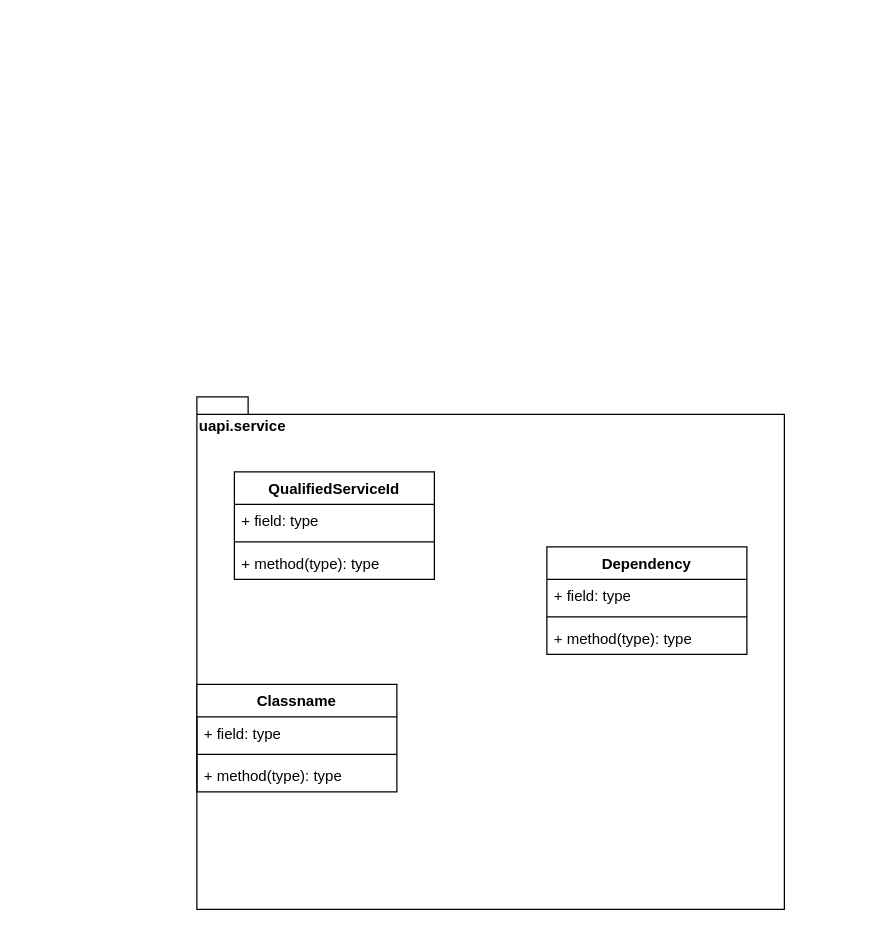
The draw.io diagram design/model/uapi.service.drawio in Inactionware/uapi.doc, before the edit. Source tidied: cells renumbered, new cells numbered last; positions are measured from the earlier drawing's top-left corner, leaving out a move shared by most shapes. Both pictures are drawn from the tidied source at 125%, with x=0, y=0 at pixel (196, 396).
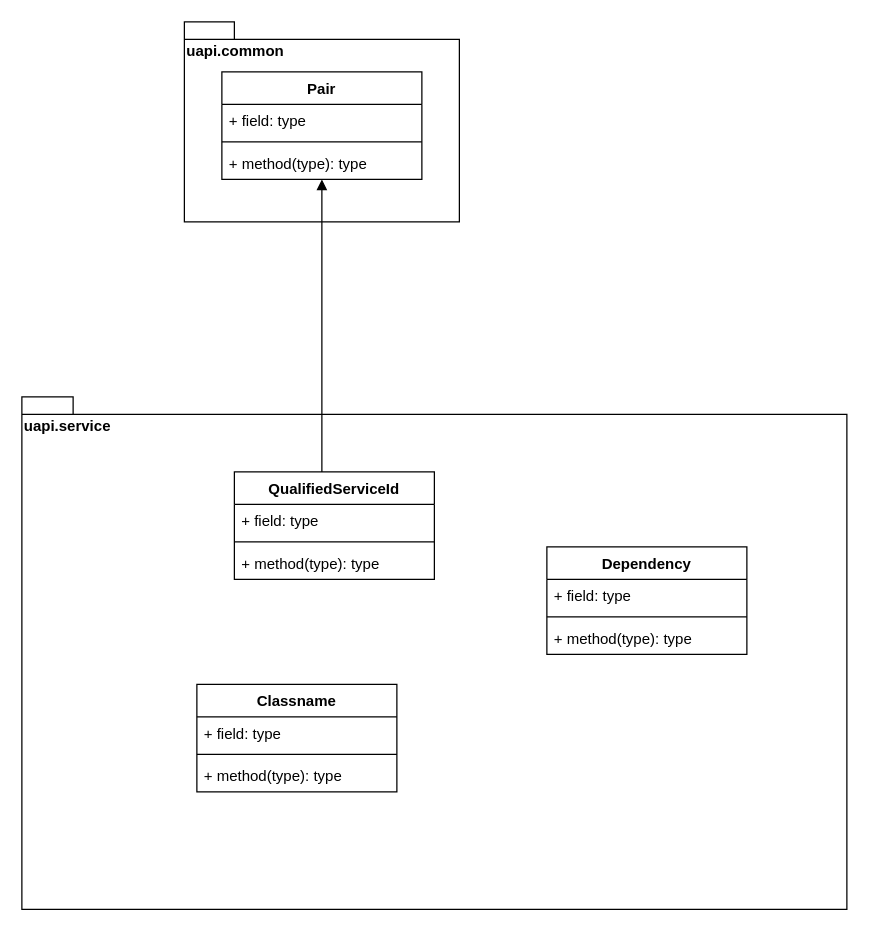
The same diagram, later.

Unchanged cells that the change refers to:
```xml
<mxCell id="11" value="QualifiedServiceId" style="swimlane;fontStyle=1;align=center;verticalAlign=top;horizontal=1;startSize=26;" parent="1" vertex="1">
  <mxGeometry x="30" y="60" width="160" height="86" as="geometry" />
</mxCell>
```

Change to the diagram source:
```diff
@@
+    <mxCell id="15" parent="0" />
+    <mxCell id="16" value="uapi.common" style="shape=folder;fontStyle=1;spacingTop=10;tabWidth=40;tabHeight=14;tabPosition=left;html=1;align=left;verticalAlign=top;" parent="15" vertex="1">
+      <mxGeometry x="-10" y="-300" width="220" height="160" as="geometry" />
+    </mxCell>
+    <mxCell id="17" value="Pair" style="swimlane;fontStyle=1;align=center;verticalAlign=top;horizontal=1;startSize=26;" parent="15" vertex="1">
+      <mxGeometry x="20" y="-260" width="160" height="86" as="geometry" />
+    </mxCell>
+    <mxCell id="18" value="+ field: type" style="text;strokeColor=none;fillColor=none;align=left;verticalAlign=top;spacingLeft=4;spacingRight=4;overflow=hidden;" parent="17" vertex="1">
+      <mxGeometry y="26" width="160" height="26" as="geometry" />
+    </mxCell>
+    <mxCell id="19" style="line;strokeWidth=1;fillColor=none;align=left;verticalAlign=middle;spacingTop=-1;spacingLeft=3;spacingRight=3;labelPosition=right;" parent="17" vertex="1">
+      <mxGeometry y="52" width="160" height="8" as="geometry" />
+    </mxCell>
+    <mxCell id="20" value="+ method(type): type" style="text;strokeColor=none;fillColor=none;align=left;verticalAlign=top;spacingLeft=4;spacingRight=4;overflow=hidden;" parent="17" vertex="1">
+      <mxGeometry y="60" width="160" height="26" as="geometry" />
+    </mxCell>
@@
     <mxCell id="2" value="uapi.service" style="shape=folder;fontStyle=1;spacingTop=10;tabWidth=40;tabHeight=14;tabPosition=left;html=1;align=left;verticalAlign=top;" parent="1" vertex="1">
-      <mxGeometry width="470" height="410" as="geometry" />
+      <mxGeometry x="-140" width="660" height="410" as="geometry" />
     </mxCell>
@@
+    <mxCell id="21" style="edgeStyle=orthogonalEdgeStyle;rounded=0;jettySize=auto;html=1;endArrow=block;endFill=1;" parent="1" edge="1" source="11" target="17">
+      <mxGeometry relative="1" as="geometry">
+        <Array as="points">
+          <mxPoint x="100" y="10" />
+          <mxPoint x="100" y="10" />
+        </Array>
+      </mxGeometry>
+    </mxCell>
```
